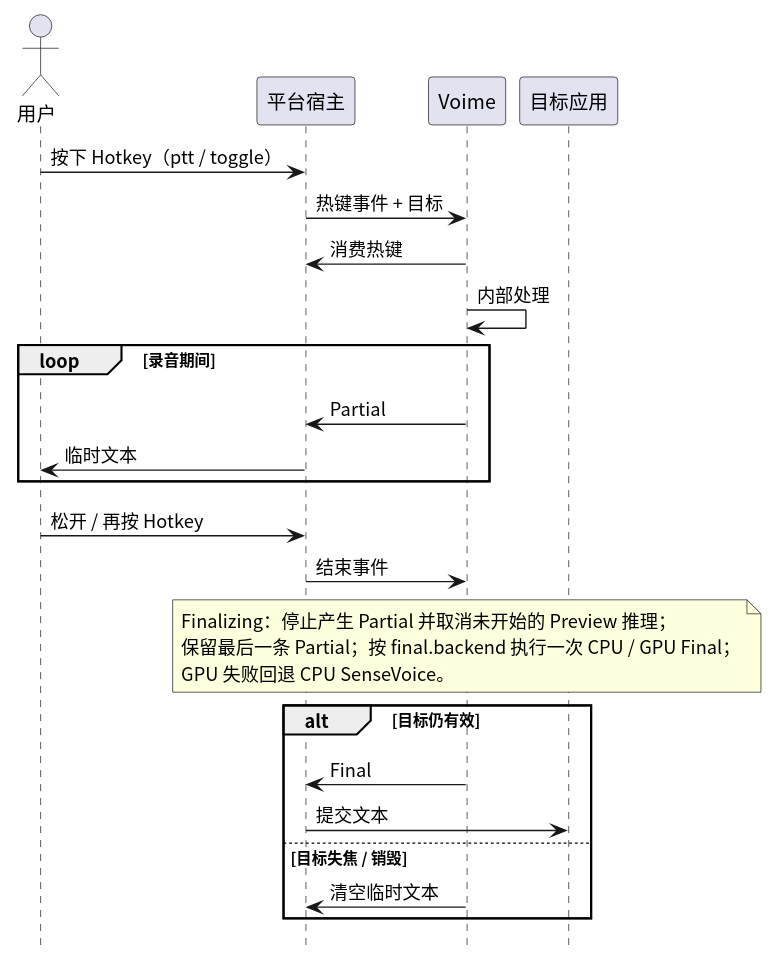
Earlier version of the PlantUML export diagram/seq-ptt.svg (54m43lJ/voime).
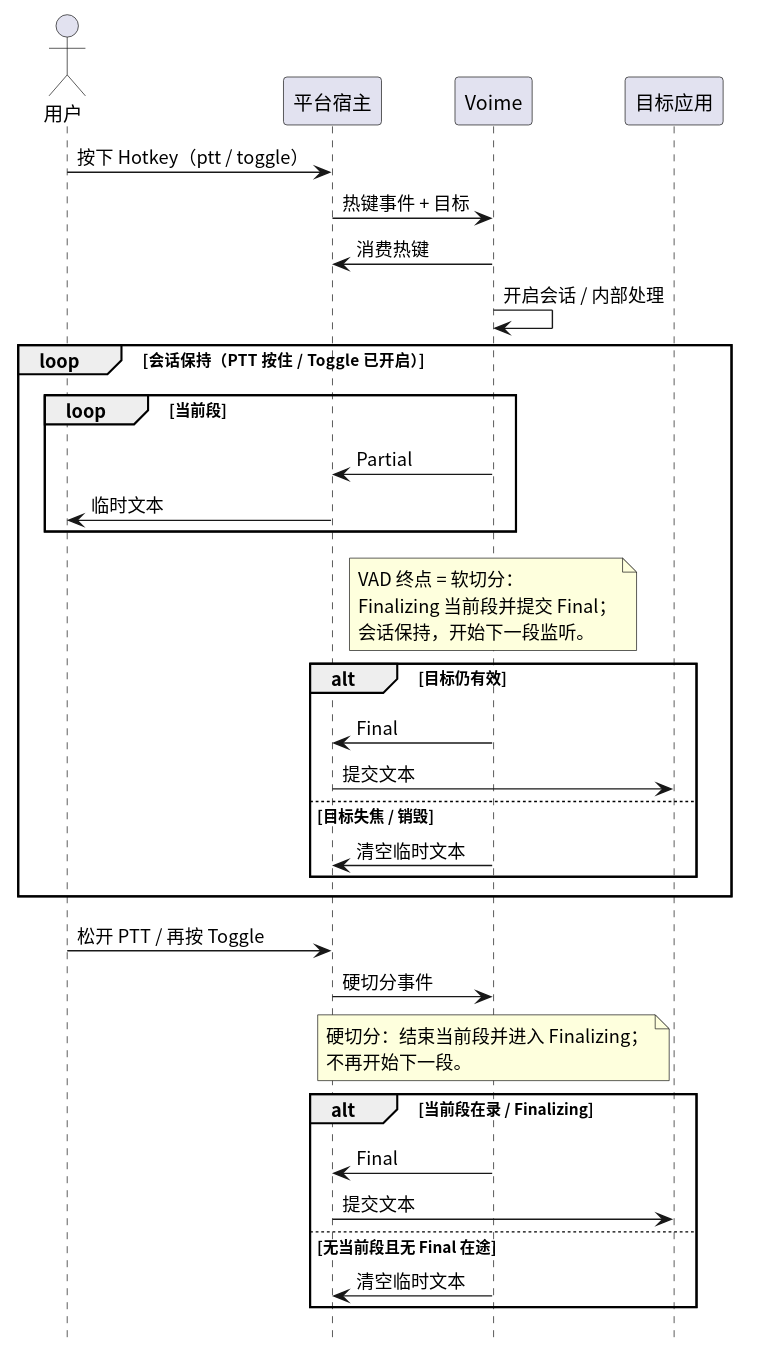
The same file after the commit.

The edit, as a diff of the source:
```diff
@@ -11,25 +11,39 @@
 User -> Host : 按下 Hotkey（ptt / toggle）
 Host -> Voime : 热键事件 + 目标
 Voime -> Host : 消费热键
-Voime -> Voime : 内部处理
+Voime -> Voime : 开启会话 / 内部处理
 
-loop 录音期间
-  Voime -> Host : Partial
-  Host -> User : 临时文本
+loop 会话保持（PTT 按住 / Toggle 已开启）
+  loop 当前段
+    Voime -> Host : Partial
+    Host -> User : 临时文本
+  end
+
+  note over Voime
+    VAD 终点 = 软切分：
+    Finalizing 当前段并提交 Final；
+    会话保持，开始下一段监听。
+  end note
+
+  alt 目标仍有效
+    Voime -> Host : Final
+    Host -> App : 提交文本
+  else 目标失焦 / 销毁
+    Voime -> Host : 清空临时文本
+  end
 end
 
-User -> Host : 松开 / 再按 Hotkey
-Host -> Voime : 结束事件
+User -> Host : 松开 PTT / 再按 Toggle
+Host -> Voime : 硬切分事件
 note over Voime
-  Finalizing：停止产生 Partial 并取消未开始的 Preview 推理；
-  保留最后一条 Partial；按 final.backend 执行一次 CPU / GPU Final；
-  GPU 失败回退 CPU SenseVoice。
+  硬切分：结束当前段并进入 Finalizing；
+  不再开始下一段。
 end note
 
-alt 目标仍有效
+alt 当前段在录 / Finalizing
   Voime -> Host : Final
   Host -> App : 提交文本
-else 目标失焦 / 销毁
+else 无当前段且无 Final 在途
   Voime -> Host : 清空临时文本
 end
 @enduml
```
